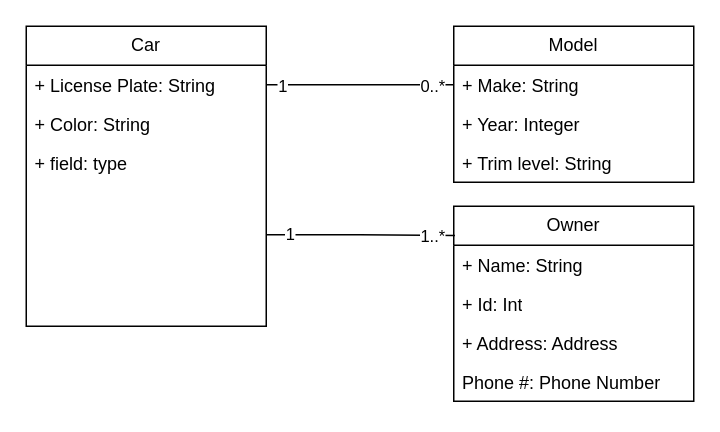
The draw.io diagram 4314ass1parta.drawio in DylanBriSmith/4313Drawings, before the edit. Source tidied: cells renumbered, new cells numbered last; positions are measured from the earlier drawing's top-left corner, leaving out a move shared by most shapes. Both pictures are drawn from the tidied source at 150%, with x=0, y=0 at pixel (26, 26).
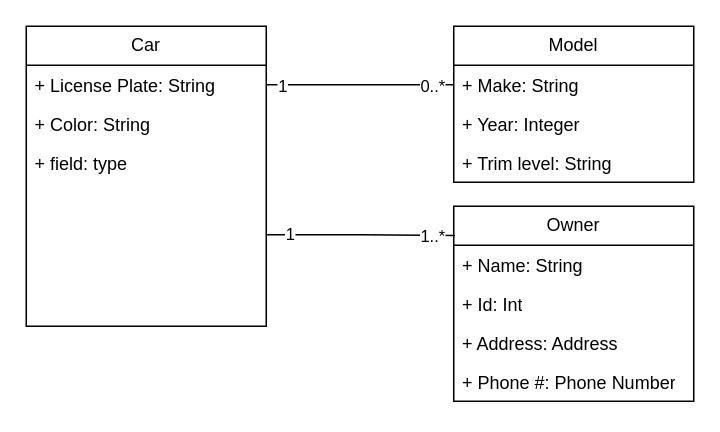
The same page after the edit.

The edit, as a diff of the source:
```diff
@@
 <mxGraphModel>
   <root>
     <mxCell id="0" />
     <mxCell id="1" parent="0" />
     <mxCell id="2" value="Car" style="swimlane;fontStyle=0;horizontal=1;startSize=26;fillColor=none;whiteSpace=wrap;html=1;" parent="1" vertex="1">
       <mxGeometry width="160" height="200" as="geometry" />
     </mxCell>
     <mxCell id="3" value="+ License Plate: String&lt;span style=&quot;white-space: pre;&quot;&gt;&#9;&lt;/span&gt;&amp;nbsp;" style="text;strokeColor=none;fillColor=none;align=left;verticalAlign=top;spacingLeft=4;spacingRight=4;overflow=hidden;points=[[0,0.5],[1,0.5]];portConstraint=eastwest;whiteSpace=wrap;html=1;" parent="2" vertex="1">
       <mxGeometry y="26" width="160" height="26" as="geometry" />
     </mxCell>
     <mxCell id="4" value="+ Color: String&lt;span style=&quot;white-space: pre;&quot;&gt;&#9;&lt;/span&gt;&lt;span style=&quot;white-space: pre;&quot;&gt;&#9;&lt;/span&gt;" style="text;strokeColor=none;fillColor=none;align=left;verticalAlign=top;spacingLeft=4;spacingRight=4;overflow=hidden;whiteSpace=wrap;html=1;" parent="2" vertex="1">
       <mxGeometry y="52" width="160" height="26" as="geometry" />
     </mxCell>
     <mxCell id="5" value="+ field: type" style="text;strokeColor=none;fillColor=none;align=left;verticalAlign=top;spacingLeft=4;spacingRight=4;overflow=hidden;points=[[0,0.5],[1,0.5]];portConstraint=eastwest;whiteSpace=wrap;html=1;" parent="2" vertex="1">
       <mxGeometry y="78" width="160" height="122" as="geometry" />
     </mxCell>
     <mxCell id="6" value="Model" style="swimlane;fontStyle=0;horizontal=1;startSize=26;fillColor=none;whiteSpace=wrap;html=1;" parent="1" vertex="1">
       <mxGeometry x="285" width="160" height="104" as="geometry" />
     </mxCell>
     <mxCell id="7" value="+ Make: String&lt;span style=&quot;white-space: pre;&quot;&gt;&#9;&lt;/span&gt;&lt;div&gt;&lt;span style=&quot;white-space: pre;&quot;&gt;&#9;&lt;/span&gt;&amp;nbsp;&lt;span style=&quot;white-space: pre;&quot;&gt;&#9;&lt;/span&gt;&lt;/div&gt;" style="text;strokeColor=none;fillColor=none;align=left;verticalAlign=top;spacingLeft=4;spacingRight=4;overflow=hidden;points=[[0,0.5],[1,0.5]];portConstraint=eastwest;whiteSpace=wrap;html=1;" parent="6" vertex="1">
       <mxGeometry y="26" width="160" height="26" as="geometry" />
     </mxCell>
     <mxCell id="8" value="+ Year: Integer&lt;span style=&quot;white-space: pre;&quot;&gt;&#9;&lt;/span&gt;&lt;span style=&quot;white-space: pre;&quot;&gt;&#9;&lt;/span&gt;" style="text;strokeColor=none;fillColor=none;align=left;verticalAlign=top;spacingLeft=4;spacingRight=4;overflow=hidden;whiteSpace=wrap;html=1;" parent="6" vertex="1">
       <mxGeometry y="52" width="160" height="26" as="geometry" />
     </mxCell>
     <mxCell id="9" value="+ Trim level: String" style="text;strokeColor=none;fillColor=none;align=left;verticalAlign=top;spacingLeft=4;spacingRight=4;overflow=hidden;whiteSpace=wrap;html=1;" parent="6" vertex="1">
       <mxGeometry y="78" width="160" height="26" as="geometry" />
     </mxCell>
     <mxCell id="10" style="edgeStyle=orthogonalEdgeStyle;rounded=0;jettySize=auto;html=1;entryX=0;entryY=0.5;entryDx=0;entryDy=0;endArrow=none;endFill=0;" parent="1" edge="1" source="3" target="7">
       <mxGeometry relative="1" as="geometry" />
     </mxCell>
     <mxCell id="11" value="1" style="edgeLabel;html=1;align=center;verticalAlign=middle;" parent="10" vertex="1">
       <mxGeometry x="-0.84" relative="1" as="geometry" />
     </mxCell>
     <mxCell id="12" value="0..*" style="edgeLabel;html=1;align=center;verticalAlign=middle;" parent="10" vertex="1">
       <mxGeometry x="0.76" relative="1" as="geometry" />
     </mxCell>
     <mxCell id="13" value="Owner" style="swimlane;fontStyle=0;horizontal=1;startSize=26;fillColor=none;whiteSpace=wrap;html=1;" parent="1" vertex="1">
       <mxGeometry x="285" y="120" width="160" height="130" as="geometry" />
     </mxCell>
     <mxCell id="14" value="+ Name: String&lt;span style=&quot;white-space: pre;&quot;&gt;&#9;&lt;/span&gt;&lt;div&gt;&lt;span style=&quot;white-space: pre;&quot;&gt;&#9;&lt;/span&gt;&amp;nbsp;&lt;span style=&quot;white-space: pre;&quot;&gt;&#9;&lt;/span&gt;&lt;/div&gt;" style="text;strokeColor=none;fillColor=none;align=left;verticalAlign=top;spacingLeft=4;spacingRight=4;overflow=hidden;whiteSpace=wrap;html=1;" parent="13" vertex="1">
       <mxGeometry y="26" width="160" height="26" as="geometry" />
     </mxCell>
     <mxCell id="15" value="+ Id: Int" style="text;strokeColor=none;fillColor=none;align=left;verticalAlign=top;spacingLeft=4;spacingRight=4;overflow=hidden;whiteSpace=wrap;html=1;" parent="13" vertex="1">
       <mxGeometry y="52" width="160" height="26" as="geometry" />
     </mxCell>
     <mxCell id="16" value="+ Address: Address" style="text;strokeColor=none;fillColor=none;align=left;verticalAlign=top;spacingLeft=4;spacingRight=4;overflow=hidden;whiteSpace=wrap;html=1;" parent="13" vertex="1">
       <mxGeometry y="78" width="160" height="52" as="geometry" />
     </mxCell>
-    <mxCell id="17" value="Phone #: Phone Number" style="text;strokeColor=none;fillColor=none;align=left;verticalAlign=top;spacingLeft=4;spacingRight=4;overflow=hidden;whiteSpace=wrap;html=1;" parent="1" vertex="1">
+    <mxCell id="17" value="+ Phone #: Phone Number" style="text;strokeColor=none;fillColor=none;align=left;verticalAlign=top;spacingLeft=4;spacingRight=4;overflow=hidden;whiteSpace=wrap;html=1;" parent="1" vertex="1">
       <mxGeometry x="285" y="224" width="160" height="26" as="geometry" />
     </mxCell>
     <mxCell id="18" value="1..*" style="edgeStyle=orthogonalEdgeStyle;rounded=0;jettySize=auto;html=1;endArrow=none;endFill=0;entryX=0.005;entryY=0.15;entryDx=0;entryDy=0;entryPerimeter=0;" parent="1" edge="1" source="5" target="13">
       <mxGeometry x="0.75" relative="1" as="geometry" />
     </mxCell>
     <mxCell id="19" value="1" style="edgeLabel;html=1;align=center;verticalAlign=middle;" parent="18" vertex="1">
       <mxGeometry x="-0.76" y="1" relative="1" as="geometry" />
     </mxCell>
   </root>
 </mxGraphModel>
```
